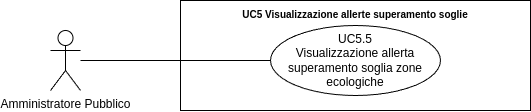
SWATEngineering/Docs keeps this draw.io diagram as src/3_PB/AnalisiDeiRequisiti/assets/UML/UC5.5_Visualizzazione-allerte-superamento-soglia-zone-ecologiche.png. Above is the earlier version. Source tidied: cells renumbered, new cells last; positions are measured from the earlier drawing's top-left corner, leaving out a move shared by most shapes. Its diagram source:
```xml
<mxGraphModel>
  <root>
    <mxCell id="0" />
    <mxCell id="1" parent="0" />
    <mxCell id="2" value="Amministratore Pubblico" style="shape=umlActor;verticalLabelPosition=bottom;verticalAlign=top;html=1;outlineConnect=0;" parent="1" vertex="1">
      <mxGeometry y="30" width="30" height="60" as="geometry" />
    </mxCell>
    <mxCell id="3" value="&lt;b style=&quot;border-color: var(--border-color);&quot;&gt;&lt;font style=&quot;border-color: var(--border-color); font-size: 10px;&quot;&gt;UC5 Visualizzazione allerte superamento soglie&lt;/font&gt;&lt;/b&gt;" style="shape=rect;html=1;verticalAlign=top;fontStyle=1;whiteSpace=wrap;align=center;" parent="1" vertex="1">
      <mxGeometry x="130" width="350" height="110" as="geometry" />
    </mxCell>
    <mxCell id="4" value="UC5.5&lt;br&gt;Visualizzazione allerta superamento soglia zone ecologiche" style="ellipse;whiteSpace=wrap;html=1;" parent="1" vertex="1">
      <mxGeometry x="220" y="25" width="170" height="70" as="geometry" />
    </mxCell>
    <mxCell id="5" style="edgeStyle=none;html=1;endArrow=none;verticalAlign=bottom;rounded=0;" parent="1" edge="1" source="2" target="4">
      <mxGeometry relative="1" as="geometry" />
    </mxCell>
  </root>
</mxGraphModel>
```
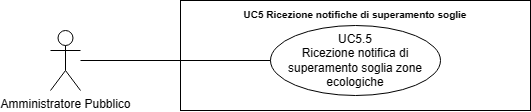
Above is the later version.

The edit, as a diff of the source:
```diff
@@ -5,10 +5,10 @@
     <mxCell id="2" value="Amministratore Pubblico" style="shape=umlActor;verticalLabelPosition=bottom;verticalAlign=top;html=1;outlineConnect=0;" parent="1" vertex="1">
       <mxGeometry y="30" width="30" height="60" as="geometry" />
     </mxCell>
-    <mxCell id="3" value="&lt;b style=&quot;border-color: var(--border-color);&quot;&gt;&lt;font style=&quot;border-color: var(--border-color); font-size: 10px;&quot;&gt;UC5 Visualizzazione allerte superamento soglie&lt;/font&gt;&lt;/b&gt;" style="shape=rect;html=1;verticalAlign=top;fontStyle=1;whiteSpace=wrap;align=center;" parent="1" vertex="1">
+    <mxCell id="3" value="&lt;b style=&quot;border-color: var(--border-color);&quot;&gt;&lt;font style=&quot;border-color: var(--border-color); font-size: 10px;&quot;&gt;UC5 Ricezione notifiche di superamento soglie&lt;/font&gt;&lt;/b&gt;" style="shape=rect;html=1;verticalAlign=top;fontStyle=1;whiteSpace=wrap;align=center;" parent="1" vertex="1">
       <mxGeometry x="130" width="350" height="110" as="geometry" />
     </mxCell>
-    <mxCell id="4" value="UC5.5&lt;br&gt;Visualizzazione allerta superamento soglia zone ecologiche" style="ellipse;whiteSpace=wrap;html=1;" parent="1" vertex="1">
+    <mxCell id="4" value="UC5.5&lt;br&gt;Ricezione notifica di superamento soglia zone ecologiche" style="ellipse;whiteSpace=wrap;html=1;" parent="1" vertex="1">
       <mxGeometry x="220" y="25" width="170" height="70" as="geometry" />
     </mxCell>
     <mxCell id="5" style="edgeStyle=none;html=1;endArrow=none;verticalAlign=bottom;rounded=0;" parent="1" edge="1" source="2" target="4">
```
